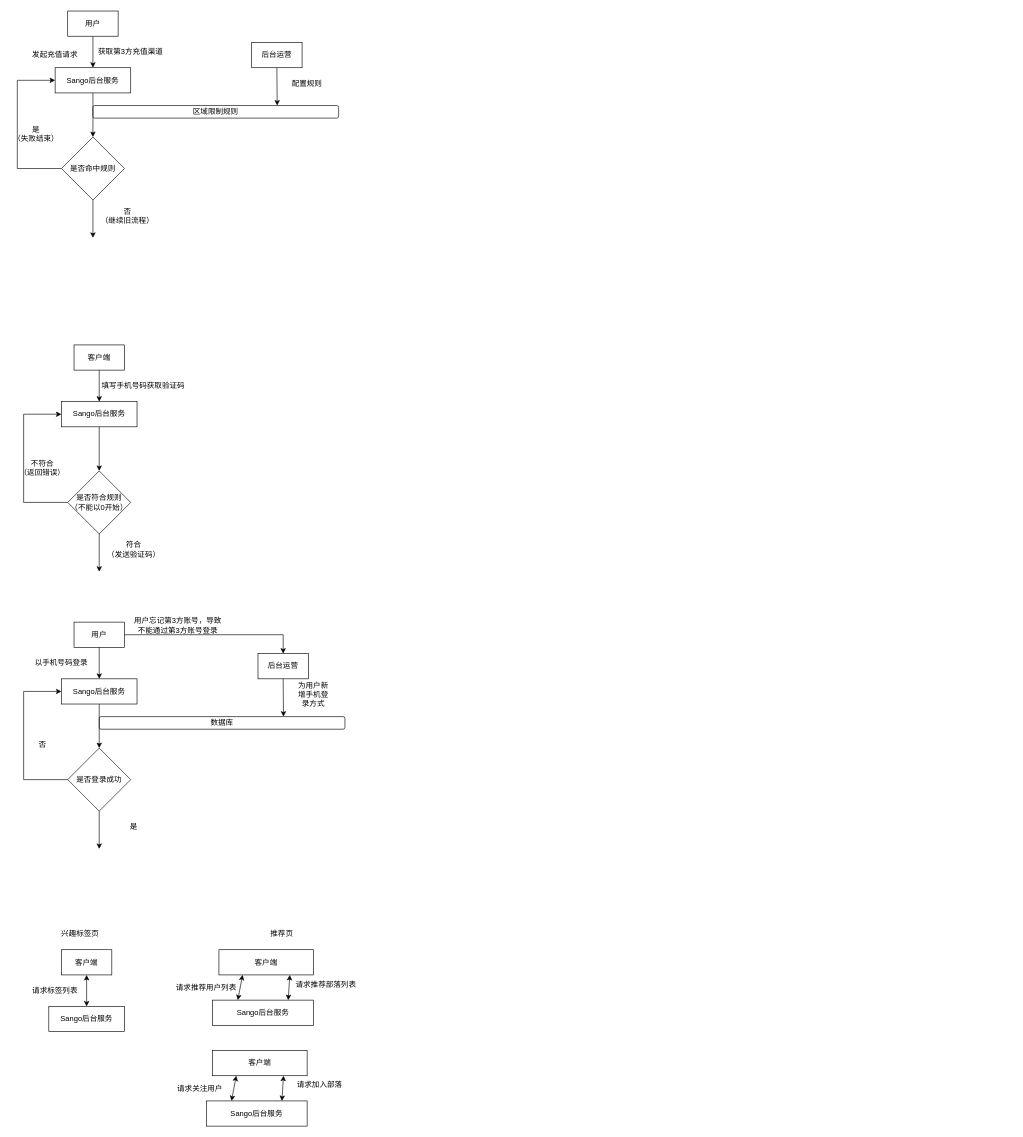
The draw.io diagram tmp.drawio in JianHao-Chen/mqjc, before the edit. Source tidied: cells renumbered, new cells numbered last; positions are measured from the earlier drawing's top-left corner, leaving out a move shared by most shapes. Both pictures are drawn from the tidied source at 63%, with x=0, y=0 at pixel (11, 11).
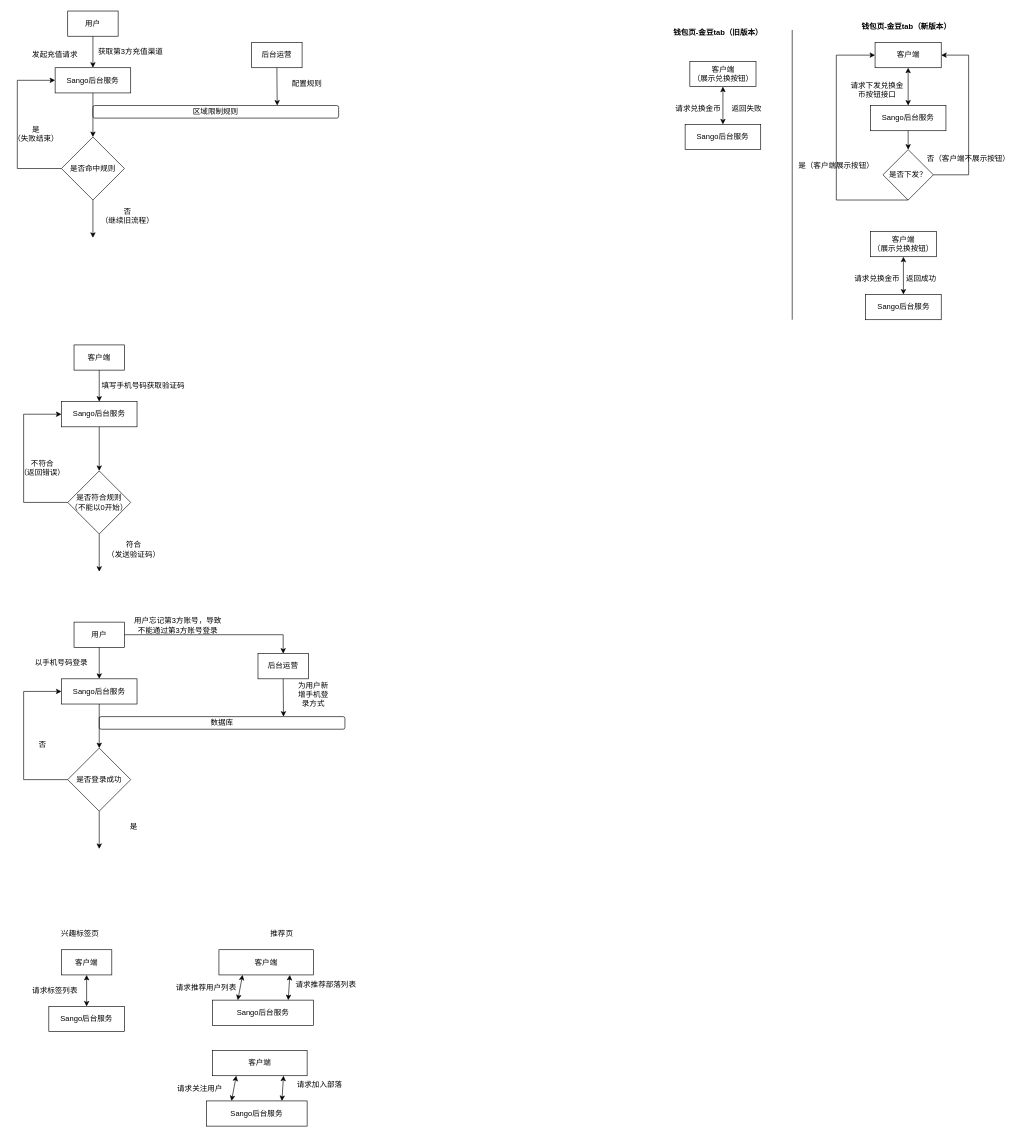
The same diagram, later.

Change to the diagram source:
```diff
@@
+    <mxCell id="61" value="客户端&lt;br&gt;（展示兑换按钮）" style="rounded=0;whiteSpace=wrap;html=1;" parent="1" vertex="1">
+      <mxGeometry x="1077.5" y="80" width="105" height="40" as="geometry" />
+    </mxCell>
+    <mxCell id="62" value="Sango后台服务" style="rounded=0;whiteSpace=wrap;html=1;" parent="1" vertex="1">
+      <mxGeometry x="1070" y="180" width="120" height="40" as="geometry" />
+    </mxCell>
+    <mxCell id="63" value="&lt;b&gt;钱包页-金豆tab（旧版本）&lt;/b&gt;" style="text;html=1;strokeColor=none;fillColor=none;align=center;verticalAlign=middle;whiteSpace=wrap;rounded=0;" parent="1" vertex="1">
+      <mxGeometry x="1045" y="20" width="155" height="30" as="geometry" />
+    </mxCell>
+    <mxCell id="64" value="返回失败" style="text;html=1;strokeColor=none;fillColor=none;align=center;verticalAlign=middle;whiteSpace=wrap;rounded=0;" parent="1" vertex="1">
+      <mxGeometry x="1136" y="140" width="64" height="30" as="geometry" />
+    </mxCell>
+    <mxCell id="65" style="endArrow=classic;startArrow=classic;html=1;rounded=0;entryX=0.5;entryY=1;entryDx=0;entryDy=0;exitX=0.5;exitY=0;exitDx=0;exitDy=0;" parent="1" edge="1" source="62" target="61">
+      <mxGeometry relative="1" as="geometry" />
+    </mxCell>
+    <mxCell id="66" value="请求兑换金币" style="text;html=1;strokeColor=none;fillColor=none;align=center;verticalAlign=middle;whiteSpace=wrap;rounded=0;" parent="1" vertex="1">
+      <mxGeometry x="1046" y="140" width="90" height="30" as="geometry" />
+    </mxCell>
+    <mxCell id="67" value="客户端" style="rounded=0;whiteSpace=wrap;html=1;" parent="1" vertex="1">
+      <mxGeometry x="1371.5" y="50" width="105" height="40" as="geometry" />
+    </mxCell>
+    <mxCell id="68" value="Sango后台服务" style="rounded=0;whiteSpace=wrap;html=1;" parent="1" vertex="1">
+      <mxGeometry x="1364" y="150" width="120" height="40" as="geometry" />
+    </mxCell>
+    <mxCell id="69" value="&lt;b&gt;钱包页-金豆tab（新版本）&lt;/b&gt;" style="text;html=1;strokeColor=none;fillColor=none;align=center;verticalAlign=middle;whiteSpace=wrap;rounded=0;" parent="1" vertex="1">
+      <mxGeometry x="1344" y="10" width="155" height="30" as="geometry" />
+    </mxCell>
+    <mxCell id="70" style="endArrow=classic;startArrow=classic;html=1;rounded=0;entryX=0.5;entryY=1;entryDx=0;entryDy=0;exitX=0.5;exitY=0;exitDx=0;exitDy=0;" parent="1" edge="1" source="68" target="67">
+      <mxGeometry relative="1" as="geometry" />
+    </mxCell>
+    <mxCell id="71" value="请求下发兑换金币按钮接口" style="text;html=1;strokeColor=none;fillColor=none;align=center;verticalAlign=middle;whiteSpace=wrap;rounded=0;" parent="1" vertex="1">
+      <mxGeometry x="1330" y="110" width="90" height="30" as="geometry" />
+    </mxCell>
+    <mxCell id="72" value="是否下发？" style="rhombus;whiteSpace=wrap;html=1;" parent="1" vertex="1">
+      <mxGeometry x="1384" y="220" width="80" height="80" as="geometry" />
+    </mxCell>
+    <mxCell id="73" style="endArrow=classic;html=1;rounded=0;exitX=0.5;exitY=1;exitDx=0;exitDy=0;entryX=0.5;entryY=0;entryDx=0;entryDy=0;" parent="1" edge="1" source="68" target="72">
+      <mxGeometry relative="1" as="geometry" />
+    </mxCell>
+    <mxCell id="74" style="endArrow=classic;html=1;rounded=0;exitX=1;exitY=0.5;exitDx=0;exitDy=0;entryX=1;entryY=0.5;entryDx=0;entryDy=0;" parent="1" edge="1" source="72" target="67">
+      <mxGeometry relative="1" as="geometry">
+        <Array as="points">
+          <mxPoint x="1520" y="260" />
+          <mxPoint x="1520" y="70" />
+        </Array>
+      </mxGeometry>
+    </mxCell>
+    <mxCell id="75" value="否（客户端不展示按钮）" style="text;html=1;strokeColor=none;fillColor=none;align=center;verticalAlign=middle;whiteSpace=wrap;rounded=0;" parent="1" vertex="1">
+      <mxGeometry x="1450" y="220" width="140" height="30" as="geometry" />
+    </mxCell>
+    <mxCell id="76" style="endArrow=classic;html=1;rounded=0;exitX=0.5;exitY=1;exitDx=0;exitDy=0;entryX=0;entryY=0.5;entryDx=0;entryDy=0;" parent="1" edge="1" source="72" target="67">
+      <mxGeometry relative="1" as="geometry">
+        <Array as="points">
+          <mxPoint x="1310" y="300" />
+          <mxPoint x="1310" y="70" />
+        </Array>
+      </mxGeometry>
+    </mxCell>
+    <mxCell id="77" value="是（客户端展示按钮）" style="text;html=1;strokeColor=none;fillColor=none;align=center;verticalAlign=middle;whiteSpace=wrap;rounded=0;" parent="1" vertex="1">
+      <mxGeometry x="1240" y="230" width="140" height="30" as="geometry" />
+    </mxCell>
+    <mxCell id="78" value="客户端&lt;br&gt;（展示兑换按钮）" style="rounded=0;whiteSpace=wrap;html=1;" parent="1" vertex="1">
+      <mxGeometry x="1364" y="350" width="105" height="40" as="geometry" />
+    </mxCell>
+    <mxCell id="79" value="Sango后台服务" style="rounded=0;whiteSpace=wrap;html=1;" parent="1" vertex="1">
+      <mxGeometry x="1356.5" y="450" width="120" height="40" as="geometry" />
+    </mxCell>
+    <mxCell id="80" style="endArrow=classic;startArrow=classic;html=1;rounded=0;entryX=0.5;entryY=1;entryDx=0;entryDy=0;exitX=0.5;exitY=0;exitDx=0;exitDy=0;" parent="1" edge="1" source="79" target="78">
+      <mxGeometry relative="1" as="geometry" />
+    </mxCell>
+    <mxCell id="81" value="请求兑换金币" style="text;html=1;strokeColor=none;fillColor=none;align=center;verticalAlign=middle;whiteSpace=wrap;rounded=0;" parent="1" vertex="1">
+      <mxGeometry x="1330" y="410" width="90" height="30" as="geometry" />
+    </mxCell>
+    <mxCell id="82" value="返回成功" style="text;html=1;strokeColor=none;fillColor=none;align=center;verticalAlign=middle;whiteSpace=wrap;rounded=0;" parent="1" vertex="1">
+      <mxGeometry x="1400" y="410" width="90" height="30" as="geometry" />
+    </mxCell>
+    <mxCell id="83" style="endArrow=none;html=1;rounded=0;" parent="1" edge="1">
+      <mxGeometry relative="1" as="geometry">
+        <mxPoint x="1240" y="490" as="sourcePoint" />
+        <mxPoint x="1240" y="30" as="targetPoint" />
+      </mxGeometry>
+    </mxCell>
```
